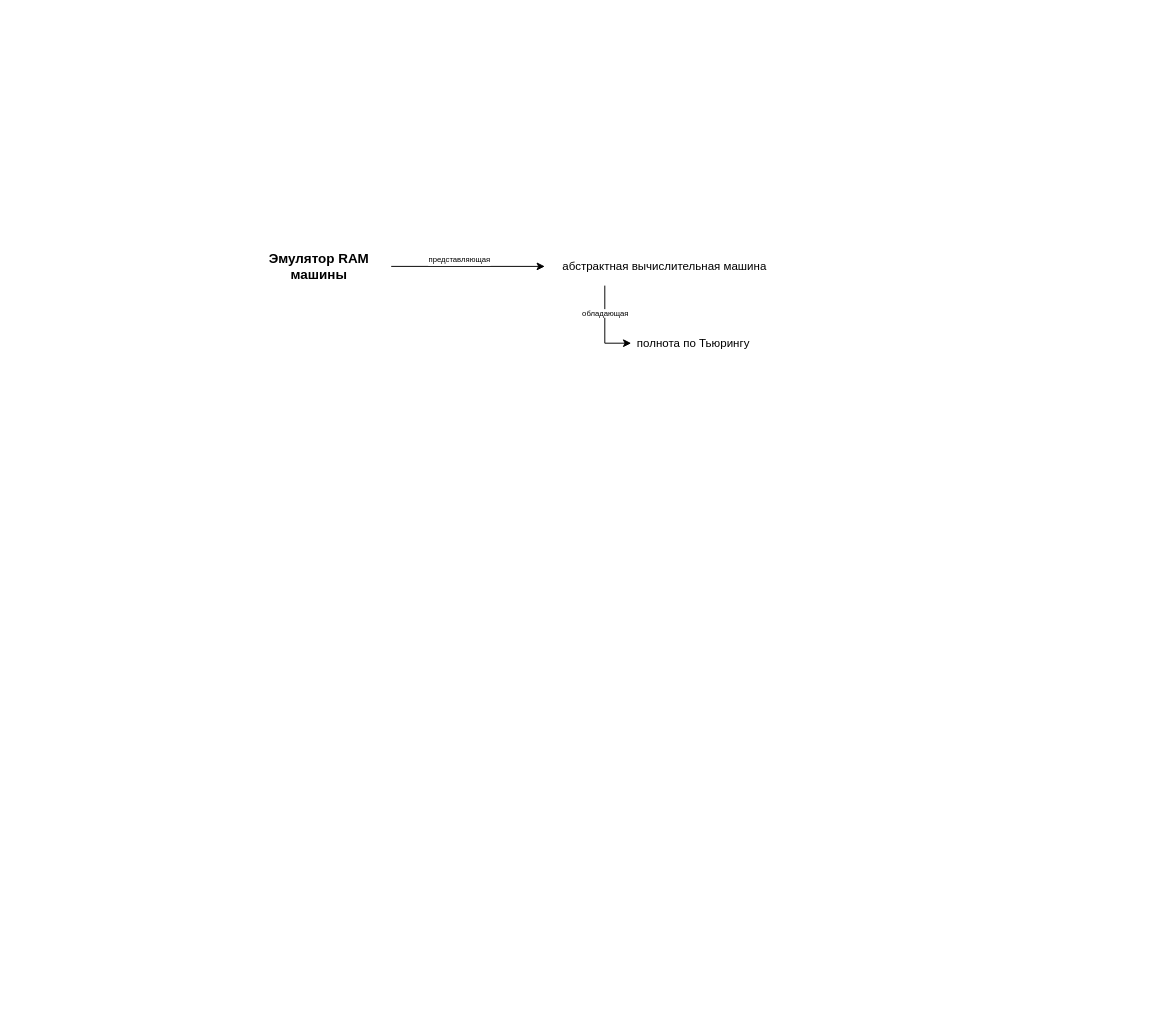
This is otus_algo_club/algo_2019_04/_2019_04_30_otus_algo_01/docs/docs.drawio from timurkashapov/otus, a draw.io file, before an edit. Source tidied: cells renumbered, new cells numbered last; positions are measured from the earlier drawing's top-left corner, leaving out a move shared by most shapes. Both pictures are drawn from the tidied source at 96%, with x=0, y=0 at pixel (247, 247).
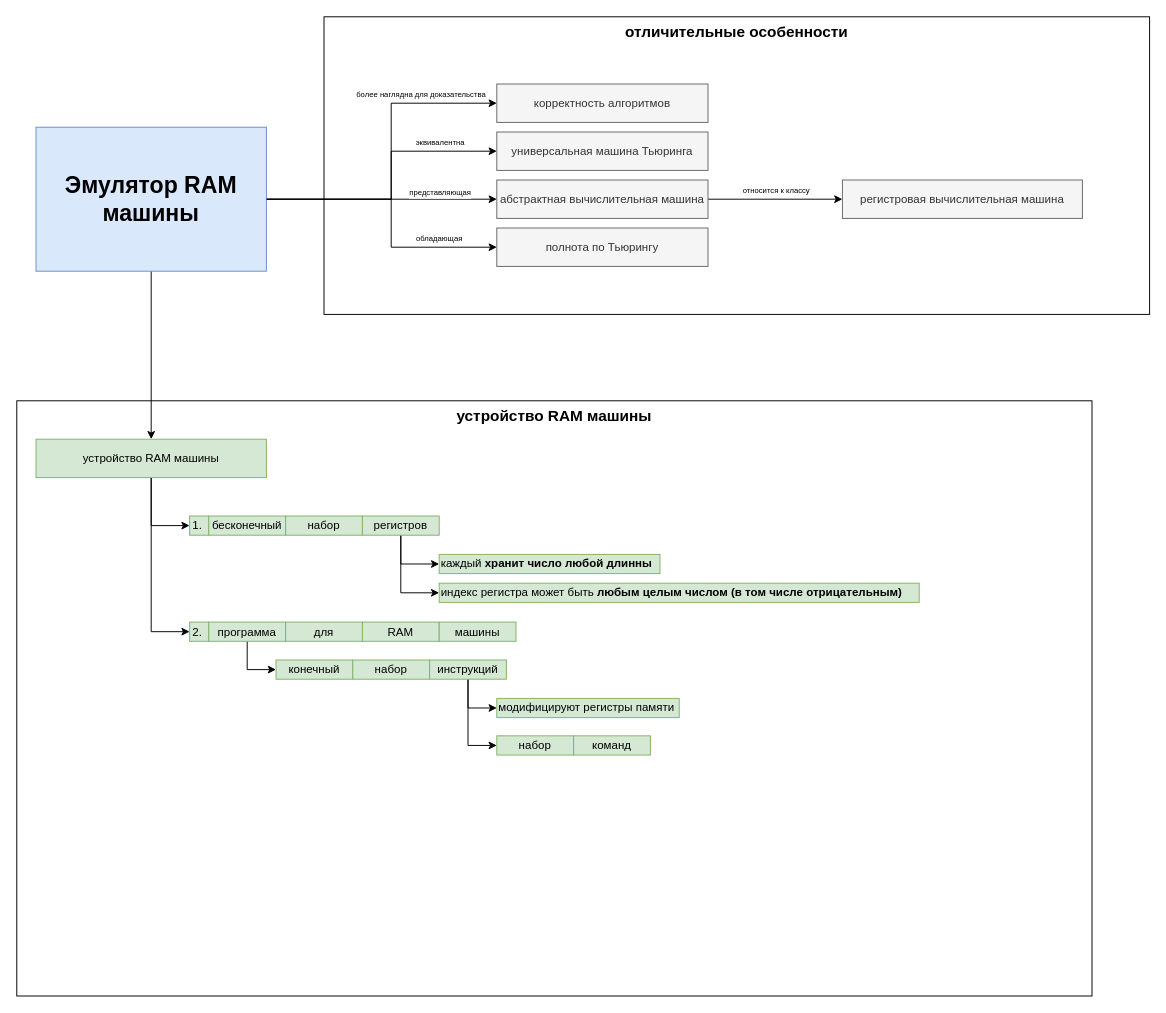
The same diagram, later.

The change refers to these unchanged cells:
```xml
<mxCell id="2" style="edgeStyle=orthogonalEdgeStyle;rounded=0;jettySize=auto;html=1;exitX=1;exitY=0.5;exitDx=0;exitDy=0;entryX=0;entryY=0.5;entryDx=0;entryDy=0;" parent="1" edge="1" source="4" target="8">
  <mxGeometry relative="1" as="geometry" />
</mxCell>
```

The edit, as a diff of the source:
```diff
@@
+    <mxCell id="9" value="устройство RAM машины" style="rounded=0;whiteSpace=wrap;html=1;fontSize=16;align=center;verticalAlign=top;fontStyle=1;" parent="1" vertex="1">
+      <mxGeometry x="-240" y="160" width="1120" height="620" as="geometry" />
+    </mxCell>
+    <mxCell id="10" value="&lt;font style=&quot;font-size: 16px;&quot;&gt;отличительные особенности&lt;/font&gt;" style="rounded=0;whiteSpace=wrap;html=1;fontSize=16;align=center;verticalAlign=top;fontStyle=1;" parent="1" vertex="1">
+      <mxGeometry x="80" y="-240" width="860" height="310" as="geometry" />
+    </mxCell>
@@
     <mxCell id="3" value="&lt;font style=&quot;font-size: 8px&quot;&gt;представляющая&lt;/font&gt;" style="text;html=1;align=center;verticalAlign=middle;labelBackgroundColor=#ffffff;fontSize=14;" parent="2" vertex="1">
       <mxGeometry x="-0.19" y="1" relative="1" as="geometry">
-        <mxPoint x="5.5" y="-9" as="offset" />
+        <mxPoint x="83" y="-9" as="offset" />
       </mxGeometry>
     </mxCell>
+    <mxCell id="11" style="edgeStyle=orthogonalEdgeStyle;rounded=0;jettySize=auto;html=1;entryX=0;entryY=0.5;entryDx=0;entryDy=0;fontSize=8;" parent="1" edge="1" source="4" target="20">
+      <mxGeometry relative="1" as="geometry">
+        <Array as="points">
+          <mxPoint x="150" y="-150" />
+        </Array>
+      </mxGeometry>
+    </mxCell>
+    <mxCell id="12" value="более наглядна для доказательства" style="text;html=1;align=center;verticalAlign=middle;labelBackgroundColor=#ffffff;fontSize=8;" parent="11" vertex="1">
+      <mxGeometry x="-0.08" y="1" relative="1" as="geometry">
+        <mxPoint x="31" y="-83.5" as="offset" />
+      </mxGeometry>
+    </mxCell>
+    <mxCell id="13" style="edgeStyle=orthogonalEdgeStyle;rounded=0;jettySize=auto;html=1;entryX=0.5;entryY=0;entryDx=0;entryDy=0;fontSize=12;" parent="1" edge="1" source="4" target="23">
+      <mxGeometry relative="1" as="geometry" />
+    </mxCell>
-    <mxCell id="4" value="Эмулятор RAM машины" style="text;html=1;strokeColor=none;fillColor=none;align=center;verticalAlign=middle;whiteSpace=wrap;rounded=0;fontStyle=1;fontSize=14;" parent="1" vertex="1">
-      <mxGeometry width="150" height="40" as="geometry" />
+    <mxCell id="4" value="Эмулятор RAM машины" style="text;html=1;strokeColor=#6c8ebf;fillColor=#dae8fc;align=center;verticalAlign=middle;whiteSpace=wrap;rounded=0;fontStyle=1;fontSize=24;" parent="1" vertex="1">
+      <mxGeometry x="-220" y="-125" width="240" height="150" as="geometry" />
     </mxCell>
-    <mxCell id="5" value="полнота по Тьюрингу" style="text;html=1;strokeColor=none;fillColor=none;align=center;verticalAlign=middle;whiteSpace=wrap;rounded=0;" parent="1" vertex="1">
-      <mxGeometry x="400" y="90" width="130" height="20" as="geometry" />
+    <mxCell id="5" value="полнота по Тьюрингу" style="text;html=1;strokeColor=#666666;fillColor=#f5f5f5;align=center;verticalAlign=middle;whiteSpace=wrap;rounded=0;fontColor=#333333;" parent="1" vertex="1">
+      <mxGeometry x="260" y="-20" width="220" height="40" as="geometry" />
     </mxCell>
-    <mxCell id="6" style="edgeStyle=orthogonalEdgeStyle;rounded=0;jettySize=auto;html=1;exitX=0.25;exitY=1;exitDx=0;exitDy=0;entryX=0;entryY=0.5;entryDx=0;entryDy=0;" parent="1" edge="1" source="8" target="5">
-      <mxGeometry relative="1" as="geometry" />
+    <mxCell id="6" style="edgeStyle=orthogonalEdgeStyle;rounded=0;jettySize=auto;html=1;entryX=0;entryY=0.5;entryDx=0;entryDy=0;" parent="1" edge="1" target="5">
+      <mxGeometry relative="1" as="geometry">
+        <mxPoint x="150" y="-50" as="sourcePoint" />
+        <Array as="points">
+          <mxPoint x="150" />
+        </Array>
+      </mxGeometry>
     </mxCell>
     <mxCell id="7" value="обладающая" style="text;html=1;align=center;verticalAlign=middle;labelBackgroundColor=#ffffff;fontSize=8;" parent="6" vertex="1">
-      <mxGeometry x="-0.37" relative="1" as="geometry" />
+      <mxGeometry x="-0.37" relative="1" as="geometry">
+        <mxPoint x="49" y="-10" as="offset" />
+      </mxGeometry>
     </mxCell>
+    <mxCell id="14" style="edgeStyle=orthogonalEdgeStyle;rounded=0;jettySize=auto;html=1;exitX=1;exitY=0.5;exitDx=0;exitDy=0;entryX=0;entryY=0.5;entryDx=0;entryDy=0;fontSize=8;" parent="1" edge="1" source="8" target="18">
+      <mxGeometry relative="1" as="geometry" />
+    </mxCell>
+    <mxCell id="15" value="относится к классу" style="text;html=1;align=center;verticalAlign=middle;labelBackgroundColor=#ffffff;fontSize=8;" parent="14" vertex="1">
+      <mxGeometry x="-0.15" relative="1" as="geometry">
+        <mxPoint x="10.5" y="-10" as="offset" />
+      </mxGeometry>
+    </mxCell>
+    <mxCell id="16" style="edgeStyle=orthogonalEdgeStyle;rounded=0;jettySize=auto;html=1;entryX=0;entryY=0.5;entryDx=0;entryDy=0;fontSize=18;exitX=1;exitY=0.5;exitDx=0;exitDy=0;" parent="1" edge="1" source="4" target="19">
+      <mxGeometry relative="1" as="geometry">
+        <Array as="points">
+          <mxPoint x="150" y="-100" />
+        </Array>
+      </mxGeometry>
+    </mxCell>
+    <mxCell id="17" value="эквивалентна" style="text;html=1;align=center;verticalAlign=middle;labelBackgroundColor=#ffffff;fontSize=8;" parent="16" vertex="1">
+      <mxGeometry x="-0.47" y="2" relative="1" as="geometry">
+        <mxPoint x="103.5" y="-58" as="offset" />
+      </mxGeometry>
+    </mxCell>
-    <mxCell id="8" value="абстрактная вычислительная машина" style="text;html=1;strokeColor=none;fillColor=none;align=center;verticalAlign=middle;whiteSpace=wrap;rounded=0;" parent="1" vertex="1">
-      <mxGeometry x="310" width="250" height="40" as="geometry" />
+    <mxCell id="8" value="абстрактная вычислительная машина" style="text;html=1;strokeColor=#666666;fillColor=#f5f5f5;align=center;verticalAlign=middle;whiteSpace=wrap;rounded=0;fontColor=#333333;" parent="1" vertex="1">
+      <mxGeometry x="260" y="-70" width="220" height="40" as="geometry" />
     </mxCell>
+    <mxCell id="18" value="регистровая вычислительная машина" style="text;html=1;strokeColor=#666666;fillColor=#f5f5f5;align=center;verticalAlign=middle;whiteSpace=wrap;rounded=0;fontColor=#333333;" parent="1" vertex="1">
+      <mxGeometry x="620" y="-70" width="250" height="40" as="geometry" />
+    </mxCell>
+    <mxCell id="19" value="универсальная машина Тьюринга" style="text;html=1;strokeColor=#666666;fillColor=#f5f5f5;align=center;verticalAlign=middle;whiteSpace=wrap;rounded=0;fontColor=#333333;" parent="1" vertex="1">
+      <mxGeometry x="260" y="-120" width="220" height="40" as="geometry" />
+    </mxCell>
+    <mxCell id="20" value="корректность алгоритмов" style="text;html=1;strokeColor=#666666;fillColor=#f5f5f5;align=center;verticalAlign=middle;whiteSpace=wrap;rounded=0;fontColor=#333333;" parent="1" vertex="1">
+      <mxGeometry x="260" y="-170" width="220" height="40" as="geometry" />
+    </mxCell>
+    <mxCell id="21" style="edgeStyle=orthogonalEdgeStyle;rounded=0;jettySize=auto;html=1;exitX=0.5;exitY=1;exitDx=0;exitDy=0;entryX=0;entryY=0.5;entryDx=0;entryDy=0;fontSize=12;" parent="1" edge="1" source="23" target="24">
+      <mxGeometry relative="1" as="geometry" />
+    </mxCell>
+    <mxCell id="22" style="edgeStyle=orthogonalEdgeStyle;rounded=0;jettySize=auto;html=1;exitX=0.5;exitY=1;exitDx=0;exitDy=0;entryX=0;entryY=0.5;entryDx=0;entryDy=0;fontSize=12;" parent="1" edge="1" source="23" target="32">
+      <mxGeometry relative="1" as="geometry" />
+    </mxCell>
+    <mxCell id="23" value="устройство RAM машины" style="text;html=1;strokeColor=#82b366;fillColor=#d5e8d4;align=center;verticalAlign=middle;whiteSpace=wrap;rounded=0;fontSize=12;" parent="1" vertex="1">
+      <mxGeometry x="-220" y="200" width="240" height="40" as="geometry" />
+    </mxCell>
+    <mxCell id="24" value="1.&amp;nbsp;" style="text;html=1;strokeColor=#82b366;fillColor=#d5e8d4;align=center;verticalAlign=middle;whiteSpace=wrap;rounded=0;fontSize=12;" parent="1" vertex="1">
+      <mxGeometry x="-60" y="280" width="20" height="20" as="geometry" />
+    </mxCell>
+    <mxCell id="25" value="набор" style="text;html=1;strokeColor=#82b366;fillColor=#d5e8d4;align=center;verticalAlign=middle;whiteSpace=wrap;rounded=0;fontSize=12;" parent="1" vertex="1">
+      <mxGeometry x="40" y="280" width="80" height="20" as="geometry" />
+    </mxCell>
+    <mxCell id="26" style="edgeStyle=orthogonalEdgeStyle;rounded=0;jettySize=auto;html=1;exitX=0.5;exitY=1;exitDx=0;exitDy=0;entryX=0;entryY=0.5;entryDx=0;entryDy=0;fontSize=12;" parent="1" edge="1" source="28" target="29">
+      <mxGeometry relative="1" as="geometry" />
+    </mxCell>
+    <mxCell id="27" style="edgeStyle=orthogonalEdgeStyle;rounded=0;jettySize=auto;html=1;exitX=0.5;exitY=1;exitDx=0;exitDy=0;entryX=0;entryY=0.5;entryDx=0;entryDy=0;fontSize=12;" parent="1" edge="1" source="28" target="30">
+      <mxGeometry relative="1" as="geometry" />
+    </mxCell>
+    <mxCell id="28" value="регистров" style="text;html=1;strokeColor=#82b366;fillColor=#d5e8d4;align=center;verticalAlign=middle;whiteSpace=wrap;rounded=0;fontSize=12;" parent="1" vertex="1">
+      <mxGeometry x="120" y="280" width="80" height="20" as="geometry" />
+    </mxCell>
+    <mxCell id="29" value="каждый &lt;b&gt;хранит число любой длинны&lt;/b&gt;" style="text;html=1;strokeColor=#82b366;fillColor=#d5e8d4;align=left;verticalAlign=middle;whiteSpace=wrap;rounded=0;fontSize=12;" parent="1" vertex="1">
+      <mxGeometry x="200" y="320" width="230" height="20" as="geometry" />
+    </mxCell>
+    <mxCell id="30" value="индекс регистра может быть &lt;b&gt;любым целым числом (в том числе отрицательным)&lt;/b&gt;&lt;br&gt;" style="text;html=1;strokeColor=#82b366;fillColor=#d5e8d4;align=left;verticalAlign=middle;whiteSpace=wrap;rounded=0;fontSize=12;" parent="1" vertex="1">
+      <mxGeometry x="200" y="350" width="500" height="20" as="geometry" />
+    </mxCell>
+    <mxCell id="31" value="бесконечный" style="text;html=1;strokeColor=#82b366;fillColor=#d5e8d4;align=center;verticalAlign=middle;whiteSpace=wrap;rounded=0;fontSize=12;" parent="1" vertex="1">
+      <mxGeometry x="-40" y="280" width="80" height="20" as="geometry" />
+    </mxCell>
+    <mxCell id="32" value="2.&amp;nbsp;" style="text;html=1;strokeColor=#82b366;fillColor=#d5e8d4;align=center;verticalAlign=middle;whiteSpace=wrap;rounded=0;fontSize=12;" parent="1" vertex="1">
+      <mxGeometry x="-60" y="390.5" width="20" height="20" as="geometry" />
+    </mxCell>
+    <mxCell id="33" style="edgeStyle=orthogonalEdgeStyle;rounded=0;jettySize=auto;html=1;exitX=0.5;exitY=1;exitDx=0;exitDy=0;entryX=0;entryY=0.5;entryDx=0;entryDy=0;fontSize=12;" parent="1" edge="1" source="34" target="38">
+      <mxGeometry relative="1" as="geometry">
+        <Array as="points">
+          <mxPoint y="440.5" />
+        </Array>
+      </mxGeometry>
+    </mxCell>
+    <mxCell id="34" value="программа" style="text;html=1;strokeColor=#82b366;fillColor=#d5e8d4;align=center;verticalAlign=middle;whiteSpace=wrap;rounded=0;fontSize=12;" parent="1" vertex="1">
+      <mxGeometry x="-40" y="390.5" width="80" height="20" as="geometry" />
+    </mxCell>
+    <mxCell id="35" value="для" style="text;html=1;strokeColor=#82b366;fillColor=#d5e8d4;align=center;verticalAlign=middle;whiteSpace=wrap;rounded=0;fontSize=12;" parent="1" vertex="1">
+      <mxGeometry x="40" y="390.5" width="80" height="20" as="geometry" />
+    </mxCell>
+    <mxCell id="36" value="RAM" style="text;html=1;strokeColor=#82b366;fillColor=#d5e8d4;align=center;verticalAlign=middle;whiteSpace=wrap;rounded=0;fontSize=12;" parent="1" vertex="1">
+      <mxGeometry x="120" y="390.5" width="80" height="20" as="geometry" />
+    </mxCell>
+    <mxCell id="37" value="машины" style="text;html=1;strokeColor=#82b366;fillColor=#d5e8d4;align=center;verticalAlign=middle;whiteSpace=wrap;rounded=0;fontSize=12;" parent="1" vertex="1">
+      <mxGeometry x="200" y="390.5" width="80" height="20" as="geometry" />
+    </mxCell>
+    <mxCell id="38" value="конечный" style="text;html=1;strokeColor=#82b366;fillColor=#d5e8d4;align=center;verticalAlign=middle;whiteSpace=wrap;rounded=0;fontSize=12;" parent="1" vertex="1">
+      <mxGeometry x="30" y="430" width="80" height="20" as="geometry" />
+    </mxCell>
+    <mxCell id="39" value="набор" style="text;html=1;strokeColor=#82b366;fillColor=#d5e8d4;align=center;verticalAlign=middle;whiteSpace=wrap;rounded=0;fontSize=12;" parent="1" vertex="1">
+      <mxGeometry x="110" y="430" width="80" height="20" as="geometry" />
+    </mxCell>
+    <mxCell id="40" style="edgeStyle=orthogonalEdgeStyle;rounded=0;jettySize=auto;html=1;exitX=0.5;exitY=1;exitDx=0;exitDy=0;entryX=0;entryY=0.5;entryDx=0;entryDy=0;fontSize=12;" parent="1" edge="1" source="42" target="43">
+      <mxGeometry relative="1" as="geometry" />
+    </mxCell>
+    <mxCell id="41" style="edgeStyle=orthogonalEdgeStyle;rounded=0;jettySize=auto;html=1;exitX=0.5;exitY=1;exitDx=0;exitDy=0;entryX=0;entryY=0.5;entryDx=0;entryDy=0;fontSize=12;" parent="1" edge="1" source="42" target="44">
+      <mxGeometry relative="1" as="geometry" />
+    </mxCell>
+    <mxCell id="42" value="инструкций" style="text;html=1;strokeColor=#82b366;fillColor=#d5e8d4;align=center;verticalAlign=middle;whiteSpace=wrap;rounded=0;fontSize=12;" parent="1" vertex="1">
+      <mxGeometry x="190" y="430" width="80" height="20" as="geometry" />
+    </mxCell>
+    <mxCell id="43" value="модифицируют регистры памяти&lt;br&gt;" style="text;html=1;strokeColor=#82b366;fillColor=#d5e8d4;align=left;verticalAlign=middle;whiteSpace=wrap;rounded=0;fontSize=12;" parent="1" vertex="1">
+      <mxGeometry x="260" y="470" width="190" height="20" as="geometry" />
+    </mxCell>
+    <mxCell id="44" value="набор" style="text;html=1;strokeColor=#82b366;fillColor=#d5e8d4;align=center;verticalAlign=middle;whiteSpace=wrap;rounded=0;fontSize=12;" parent="1" vertex="1">
+      <mxGeometry x="260" y="509" width="80" height="20" as="geometry" />
+    </mxCell>
+    <mxCell id="45" value="команд" style="text;html=1;strokeColor=#82b366;fillColor=#d5e8d4;align=center;verticalAlign=middle;whiteSpace=wrap;rounded=0;fontSize=12;" parent="1" vertex="1">
+      <mxGeometry x="340" y="509" width="80" height="20" as="geometry" />
+    </mxCell>
```
